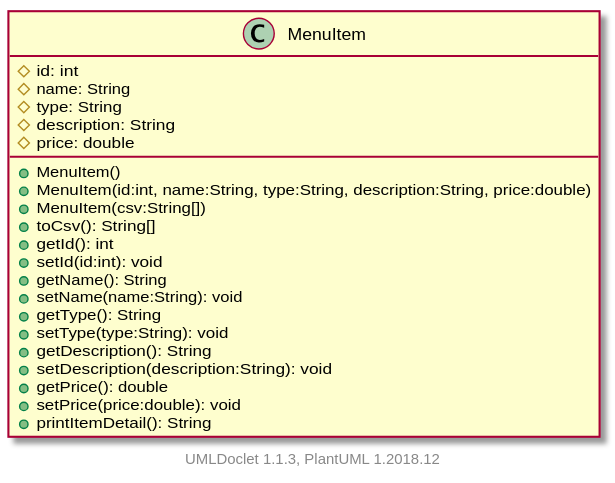
Before: projects/oodp/html/umlversion/uml/sg.edu.ntu.scse.cz2002.objects.menuitem.MenuItem.svg, a diagram exported from PlantUML (itachi1706/How-to-use-Git-NTUSCSE1819-Site).
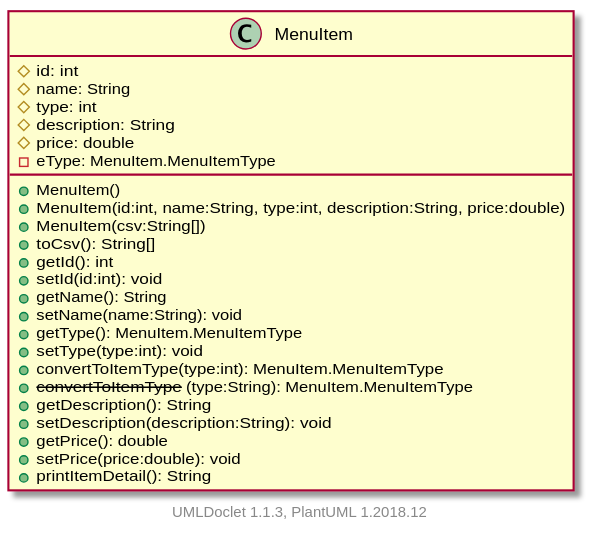
After the change.

Diff of the diagram source:
```diff
@@ -3,19 +3,22 @@
     class MenuItem [[../sg/edu/ntu/scse/cz2002/objects/menuitem/MenuItem.html]] {
         #id: int
         #name: String
-        #type: String
+        #type: int
         #description: String
         #price: double
+        -eType: MenuItem.MenuItemType
         +MenuItem()
-        +MenuItem(id:int, name:String, type:String, description:String, price:double)
+        +MenuItem(id:int, name:String, type:int, description:String, price:double)
         +MenuItem(csv:String[])
         +toCsv(): String[]
         +getId(): int
         +setId(id:int): void
         +getName(): String
         +setName(name:String): void
-        +getType(): String
-        +setType(type:String): void
+        +getType(): MenuItem.MenuItemType
+        +setType(type:int): void
+        +convertToItemType(type:int): MenuItem.MenuItemType
+        + --convertToItemType-- (type:String): MenuItem.MenuItemType
         +getDescription(): String
         +setDescription(description:String): void
         +getPrice(): double
```
